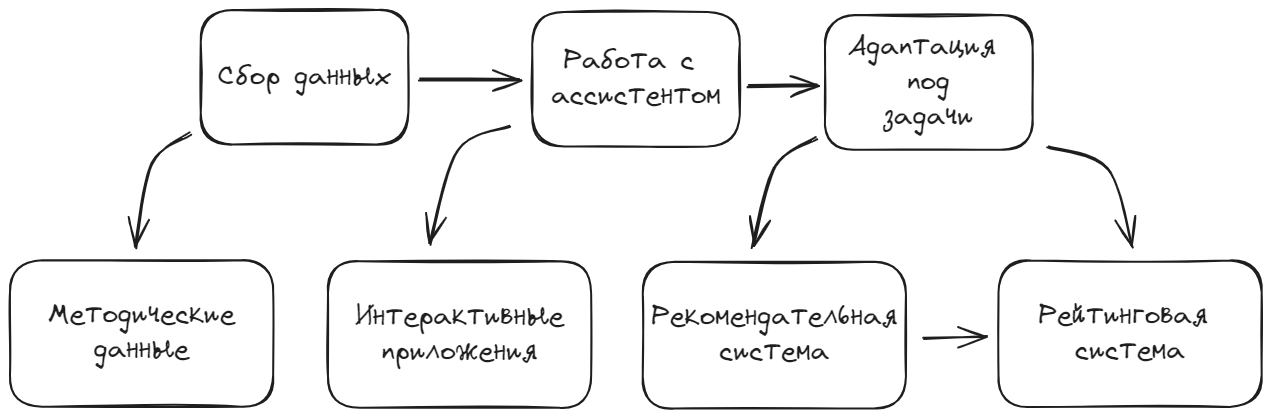
The Excalidraw diagram diplom/assets/work/overview/plan.excalidraw.png in NMashalov/EducationGenerativeModelApplication, before a commit. Source tidied: one line per element, renumbered; positions are measured from the earlier drawing's top-left corner, leaving out a move shared by most shapes.
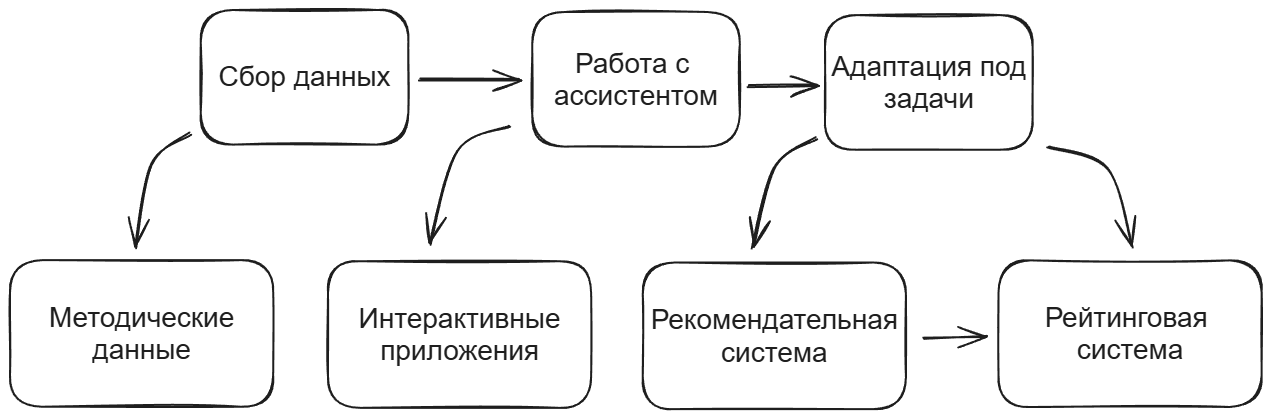
The same diagram one commit later.

Change to the diagram source:
```diff
@@ -1,21 +1,21 @@
 {"id": 0, "type": "rectangle", "strokeColor": "#1e1e1e", "strokeWidth": 2, "roughness": 1, "round": true, "x": 191, "y": 0, "width": 208, "height": 135}
-{"id": 1, "type": "text", "text": "Сбор данных", "strokeColor": "#1e1e1e", "strokeWidth": 2, "roughness": 1, "fontSize": 28, "fontFamily": 1, "textAlign": "center", "verticalAlign": "middle", "inside": 0, "x": 208, "y": 50, "width": 174, "height": 35}
+{"id": 1, "type": "text", "text": "Сбор данных", "strokeColor": "#1e1e1e", "strokeWidth": 2, "roughness": 1, "fontSize": 28, "fontFamily": 2, "textAlign": "center", "verticalAlign": "middle", "inside": 0, "x": 208, "y": 51, "width": 172, "height": 32}
 {"id": 2, "type": "rectangle", "strokeColor": "#1e1e1e", "strokeWidth": 2, "roughness": 1, "round": true, "x": 522, "y": 2, "width": 208, "height": 135}
-{"id": 3, "type": "text", "text": "Работа с \nассистентом", "strokeColor": "#1e1e1e", "strokeWidth": 2, "roughness": 1, "fontSize": 28, "fontFamily": 1, "textAlign": "center", "verticalAlign": "middle", "inside": 2, "x": 541, "y": 34, "width": 170, "height": 70}
+{"id": 3, "type": "text", "text": "Работа с \nассистентом", "strokeColor": "#1e1e1e", "strokeWidth": 2, "roughness": 1, "fontSize": 28, "fontFamily": 2, "textAlign": "center", "verticalAlign": "middle", "inside": 2, "x": 544, "y": 37, "width": 164, "height": 64}
 {"id": 4, "type": "arrow", "strokeColor": "#1e1e1e", "strokeWidth": 2, "roughness": 1, "endArrowhead": "arrow", "round": true, "from": 0, "to": 2, "x": 410, "y": 70, "width": 100, "height": 1, "points": [[0, 0], [100, -1]]}
 {"id": 5, "type": "arrow", "strokeColor": "#1e1e1e", "strokeWidth": 2, "roughness": 1, "endArrowhead": "arrow", "round": true, "from": 0, "to": 6, "x": 180, "y": 123, "width": 54, "height": 114, "points": [[0, 0], [-40, 31], [-54, 114]]}
 {"id": 6, "type": "rectangle", "strokeColor": "#1e1e1e", "strokeWidth": 2, "roughness": 1, "round": true, "x": 0, "y": 250, "width": 263, "height": 147}
-{"id": 7, "type": "text", "text": "Методические\nданные", "strokeColor": "#1e1e1e", "strokeWidth": 2, "roughness": 1, "fontSize": 28, "fontFamily": 1, "textAlign": "center", "verticalAlign": "middle", "inside": 6, "x": 38, "y": 288, "width": 187, "height": 70}
+{"id": 7, "type": "text", "text": "Методические\nданные", "strokeColor": "#1e1e1e", "strokeWidth": 2, "roughness": 1, "fontSize": 28, "fontFamily": 2, "textAlign": "center", "verticalAlign": "middle", "inside": 6, "x": 39, "y": 291, "width": 185, "height": 64}
 {"id": 8, "type": "arrow", "strokeColor": "#1e1e1e", "strokeWidth": 2, "roughness": 1, "endArrowhead": "arrow", "round": true, "from": 2, "to": 9, "x": 738, "y": 76, "width": 70, "height": 1, "points": [[0, 0], [70, -1]]}
 {"id": 9, "type": "rectangle", "strokeColor": "#1e1e1e", "strokeWidth": 2, "roughness": 1, "round": true, "x": 815, "y": 5, "width": 208, "height": 135}
-{"id": 10, "type": "text", "text": "Адаптация \nпод\nзадачи", "strokeColor": "#1e1e1e", "strokeWidth": 2, "roughness": 1, "fontSize": 28, "fontFamily": 1, "textAlign": "center", "verticalAlign": "middle", "inside": 9, "x": 838, "y": 20, "width": 161, "height": 105}
+{"id": 10, "type": "text", "text": "Адаптация под\nзадачи", "strokeColor": "#1e1e1e", "strokeWidth": 2, "roughness": 1, "fontSize": 28, "fontFamily": 2, "textAlign": "center", "verticalAlign": "middle", "inside": 9, "x": 821, "y": 40, "width": 195, "height": 64}
 {"id": 11, "type": "arrow", "strokeColor": "#1e1e1e", "strokeWidth": 2, "roughness": 1, "endArrowhead": "arrow", "round": true, "from": 2, "to": 13, "x": 499, "y": 117, "width": 78, "height": 118, "points": [[0, 0], [-51, 24], [-78, 118]]}
-{"id": 12, "type": "arrow", "strokeColor": "#1e1e1e", "strokeWidth": 2, "roughness": 1, "endArrowhead": "arrow", "round": true, "from": 9, "to": 15, "x": 807, "y": 128, "width": 64, "height": 109, "points": [[0, 0], [-42, 29], [-64, 109]]}
+{"id": 12, "type": "arrow", "strokeColor": "#1e1e1e", "strokeWidth": 2, "roughness": 1, "endArrowhead": "arrow", "round": true, "from": 9, "to": 15, "x": 807, "y": 128, "width": 64, "height": 110, "points": [[0, 0], [-42, 29], [-64, 110]]}
 {"id": 13, "type": "rectangle", "strokeColor": "#1e1e1e", "strokeWidth": 2, "roughness": 1, "round": true, "x": 318, "y": 251, "width": 263, "height": 147}
-{"id": 14, "type": "text", "text": "Интерактивные\nприложения", "strokeColor": "#1e1e1e", "strokeWidth": 2, "roughness": 1, "fontSize": 28, "fontFamily": 1, "textAlign": "center", "verticalAlign": "middle", "inside": 13, "x": 345, "y": 290, "width": 209, "height": 70}
+{"id": 14, "type": "text", "text": "Интерактивные\nприложения", "strokeColor": "#1e1e1e", "strokeWidth": 2, "roughness": 1, "fontSize": 28, "fontFamily": 2, "textAlign": "center", "verticalAlign": "middle", "inside": 13, "x": 349, "y": 292, "width": 202, "height": 64}
-{"id": 15, "type": "rectangle", "strokeColor": "#1e1e1e", "strokeWidth": 2, "roughness": 1, "round": true, "x": 633, "y": 252, "width": 263, "height": 147}
+{"id": 15, "type": "rectangle", "strokeColor": "#1e1e1e", "strokeWidth": 2, "roughness": 1, "round": true, "x": 633, "y": 253, "width": 263, "height": 147}
-{"id": 16, "type": "text", "text": "Рекомендательная\nсистема", "strokeColor": "#1e1e1e", "strokeWidth": 2, "roughness": 1, "fontSize": 28, "fontFamily": 1, "textAlign": "center", "verticalAlign": "middle", "inside": 15, "x": 641, "y": 290, "width": 246, "height": 70}
+{"id": 16, "type": "text", "text": "Рекомендательная\nсистема", "strokeColor": "#1e1e1e", "strokeWidth": 2, "roughness": 1, "fontSize": 28, "fontFamily": 2, "textAlign": "center", "verticalAlign": "middle", "inside": 15, "x": 641, "y": 294, "width": 247, "height": 64}
 {"id": 17, "type": "rectangle", "strokeColor": "#1e1e1e", "strokeWidth": 2, "roughness": 1, "round": true, "x": 989, "y": 250, "width": 263, "height": 147}
-{"id": 18, "type": "text", "text": "Рейтинговая \nсистема", "strokeColor": "#1e1e1e", "strokeWidth": 2, "roughness": 1, "fontSize": 28, "fontFamily": 1, "textAlign": "center", "verticalAlign": "middle", "inside": 17, "x": 1029, "y": 289, "width": 183, "height": 70}
+{"id": 18, "type": "text", "text": "Рейтинговая \nсистема", "strokeColor": "#1e1e1e", "strokeWidth": 2, "roughness": 1, "fontSize": 28, "fontFamily": 2, "textAlign": "center", "verticalAlign": "middle", "inside": 17, "x": 1035, "y": 291, "width": 171, "height": 64}
 {"id": 19, "type": "arrow", "strokeColor": "#1e1e1e", "strokeWidth": 2, "roughness": 1, "endArrowhead": "arrow", "round": true, "from": 9, "to": 17, "x": 1038, "y": 137, "width": 85, "height": 100, "points": [[0, 0], [59, 22], [85, 100]]}
 {"id": 20, "type": "arrow", "strokeColor": "#1e1e1e", "strokeWidth": 2, "roughness": 1, "endArrowhead": "arrow", "round": true, "from": 15, "to": 17, "x": 913, "y": 329, "width": 64, "height": 2, "points": [[0, 0], [64, -2]]}
```
